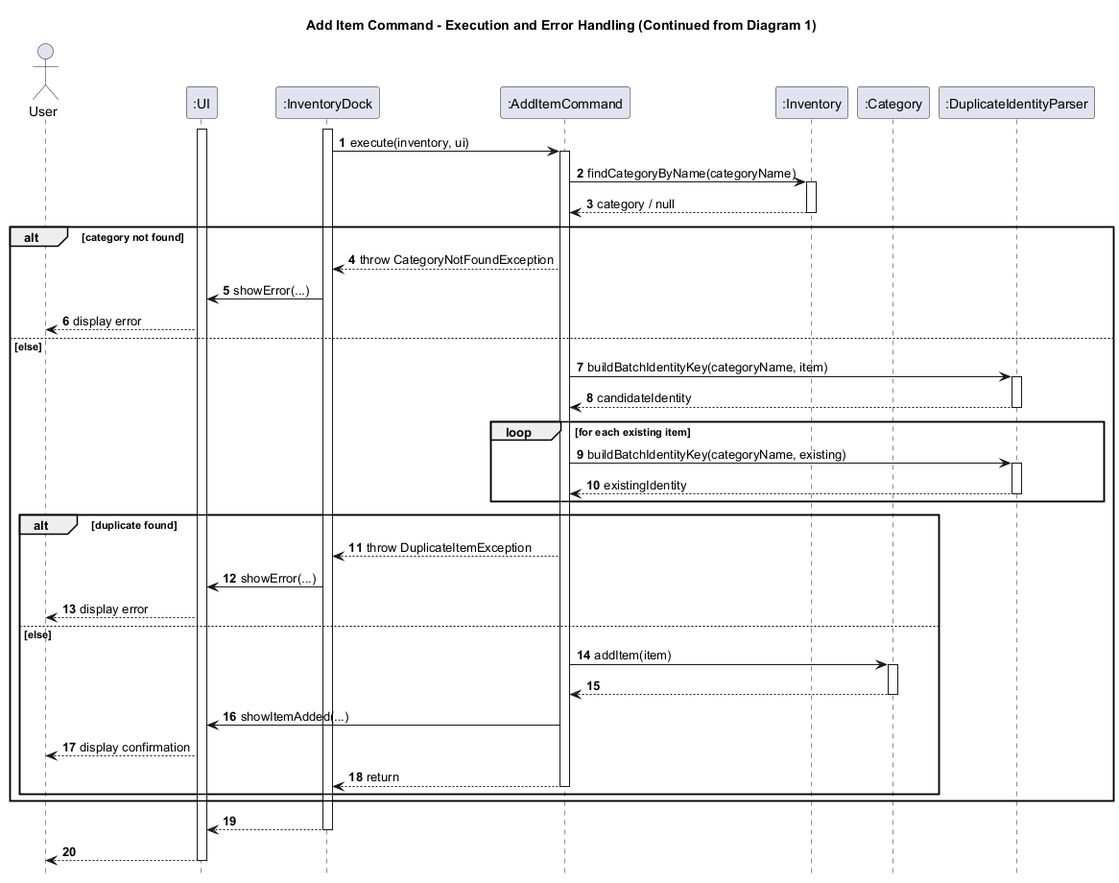
This is docs/diagrams/sequence/AddItemCommandExecutionDisplayFlow.png from KOIiiii07/tp, a PlantUML export, as it was before one commit.
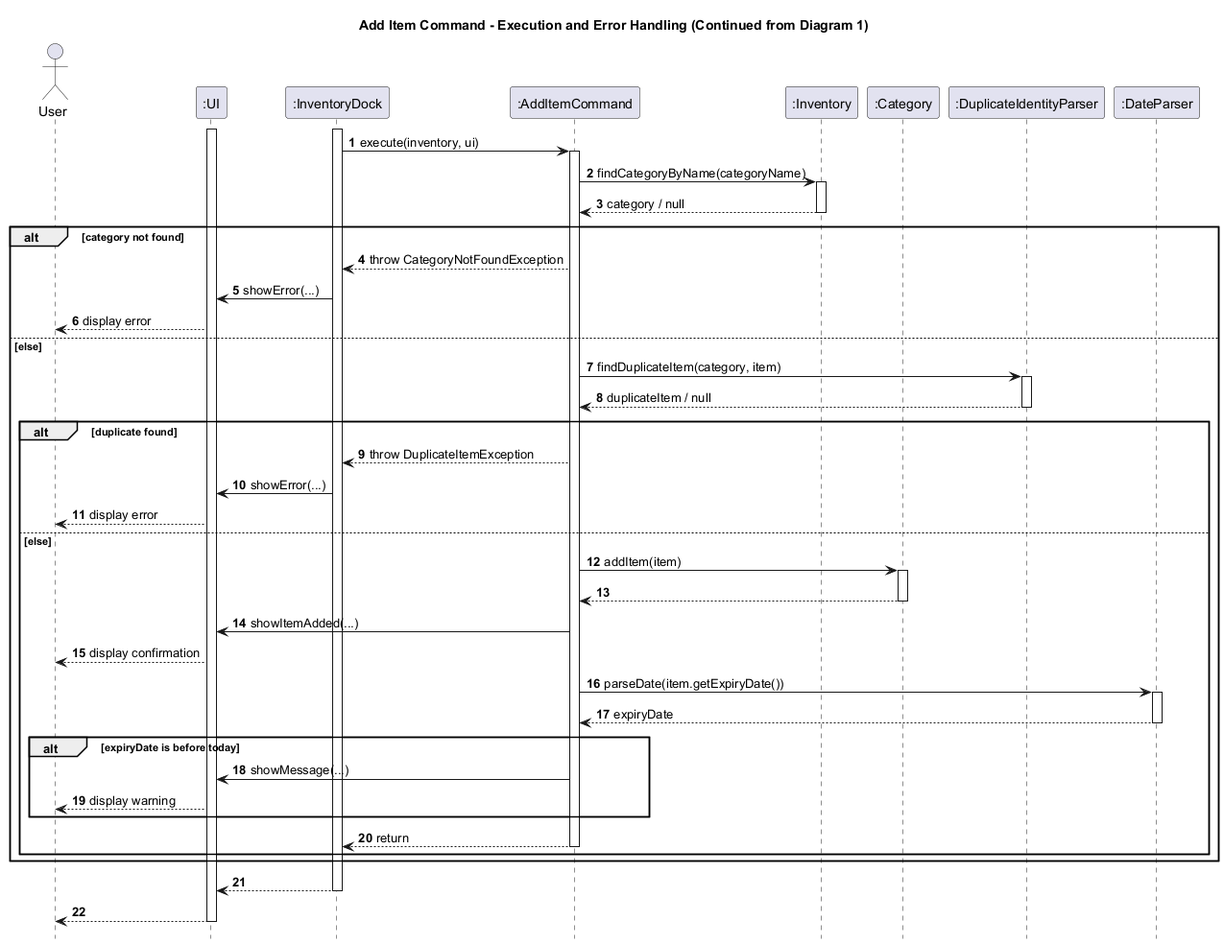
After the change.

Change to the diagram source:
```diff
@@ -11,6 +11,7 @@
 participant ":Inventory" as Inventory
 participant ":Category" as Category
 participant ":DuplicateIdentityParser" as DuplicateIdentityParser
+participant ":DateParser" as DateParser
 
 activate UI
 activate InventoryDock
@@ -30,17 +31,10 @@
     UI --> User: display error
 
 else else
-    AddItemCommand -> DuplicateIdentityParser: buildBatchIdentityKey(categoryName, item)
+    AddItemCommand -> DuplicateIdentityParser: findDuplicateItem(category, item)
     activate DuplicateIdentityParser
-    DuplicateIdentityParser --> AddItemCommand: candidateIdentity
+    DuplicateIdentityParser --> AddItemCommand: duplicateItem / null
     deactivate DuplicateIdentityParser
-
-    loop for each existing item
-        AddItemCommand -> DuplicateIdentityParser: buildBatchIdentityKey(categoryName, existing)
-        activate DuplicateIdentityParser
-        DuplicateIdentityParser --> AddItemCommand: existingIdentity
-        deactivate DuplicateIdentityParser
-    end
 
     alt duplicate found
         AddItemCommand --> InventoryDock: throw DuplicateItemException
@@ -57,6 +51,16 @@
         AddItemCommand -> UI: showItemAdded(...)
         UI --> User: display confirmation
 
+        AddItemCommand -> DateParser: parseDate(item.getExpiryDate())
+        activate DateParser
+        DateParser --> AddItemCommand: expiryDate
+        deactivate DateParser
+
+        alt expiryDate is before today
+            AddItemCommand -> UI: showMessage(...)
+            UI --> User: display warning
+        end
+
         AddItemCommand --> InventoryDock --: return
     end
 end
```
